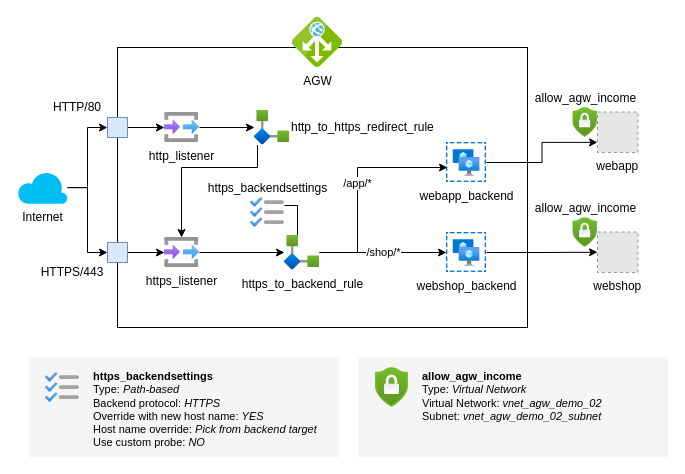
The draw.io diagram page "Page-2" (2 of 2) of scenario-04/scenario-04.drawio in bbtsoftware/agw-demo, before the edit. Source tidied: cells renumbered, new cells numbered last; positions are measured from the earlier drawing's top-left corner, leaving out a move shared by most shapes. Both pictures are drawn from the tidied source at 100%, with x=0, y=0 at pixel (17, 17). Pictures stored in the file or linked from it are replaced by grey dashed boxes.
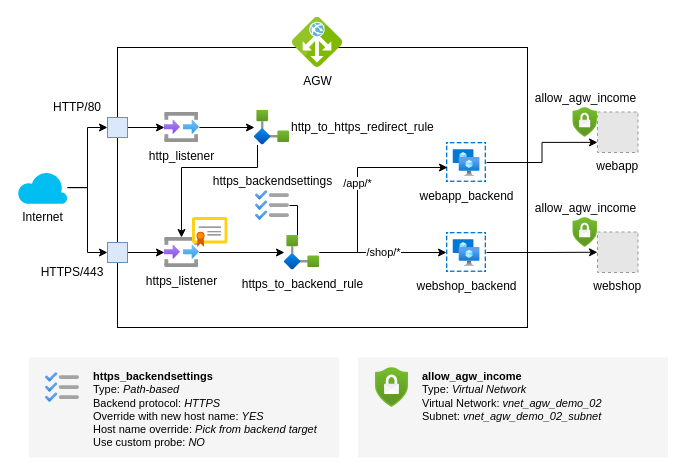
After the change.

Change to the diagram source:
```diff
@@
     <mxCell id="21" value="https_backendsettings" style="html=1;points=[];align=center;image;fontSize=12;image=img/lib/azure2/general/Backlog.svg;strokeColor=default;fillColor=none;labelPosition=center;verticalLabelPosition=top;verticalAlign=bottom;" parent="1" vertex="1">
-      <mxGeometry x="233" y="180" width="34" height="30" as="geometry" />
+      <mxGeometry x="238" y="173" width="34" height="30" as="geometry" />
     </mxCell>
@@
+    <mxCell id="38" style="sketch=0;html=1;align=center;image;fontSize=12;image=img/lib/mscae/Certificate.svg;" parent="1" vertex="1">
+      <mxGeometry x="174.9" y="200" width="35.7" height="30" as="geometry" />
+    </mxCell>
```
